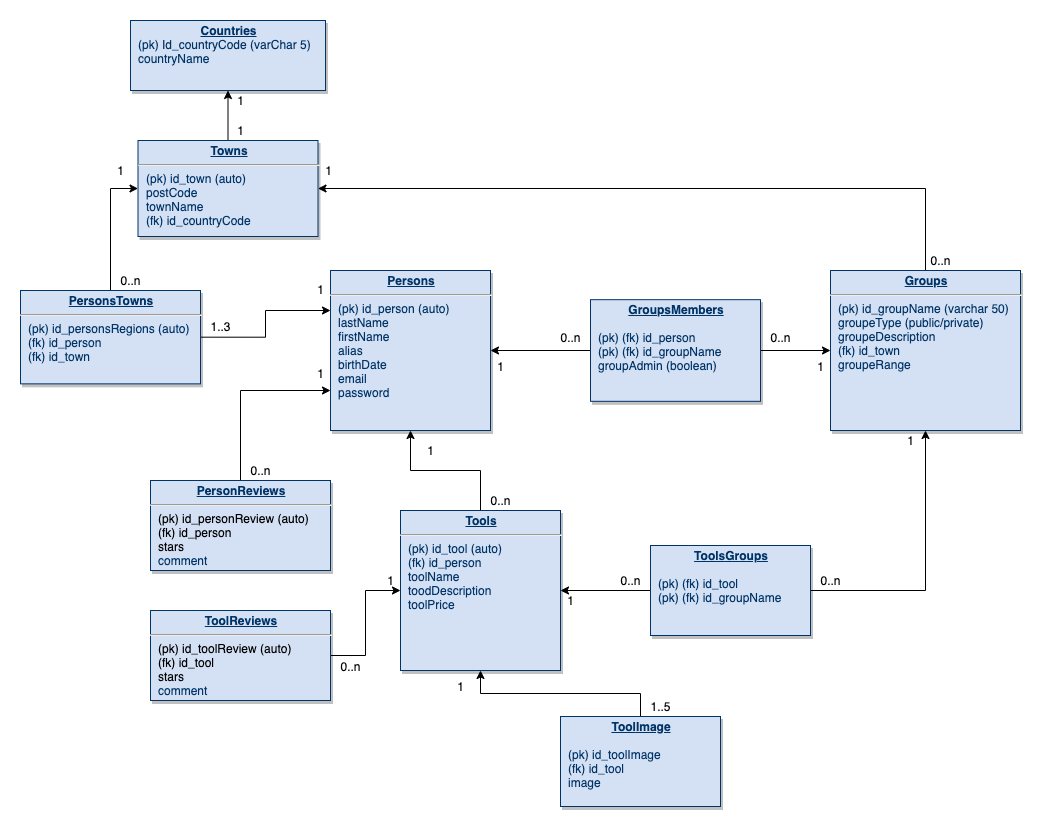
Above: toolbox_website/DB/docs/db_schematic.png in Altiimax/DevWebProject (draw.io), before the change. Source tidied: cells renumbered, new cells last; positions are measured from the earlier drawing's top-left corner, leaving out a move shared by most shapes.
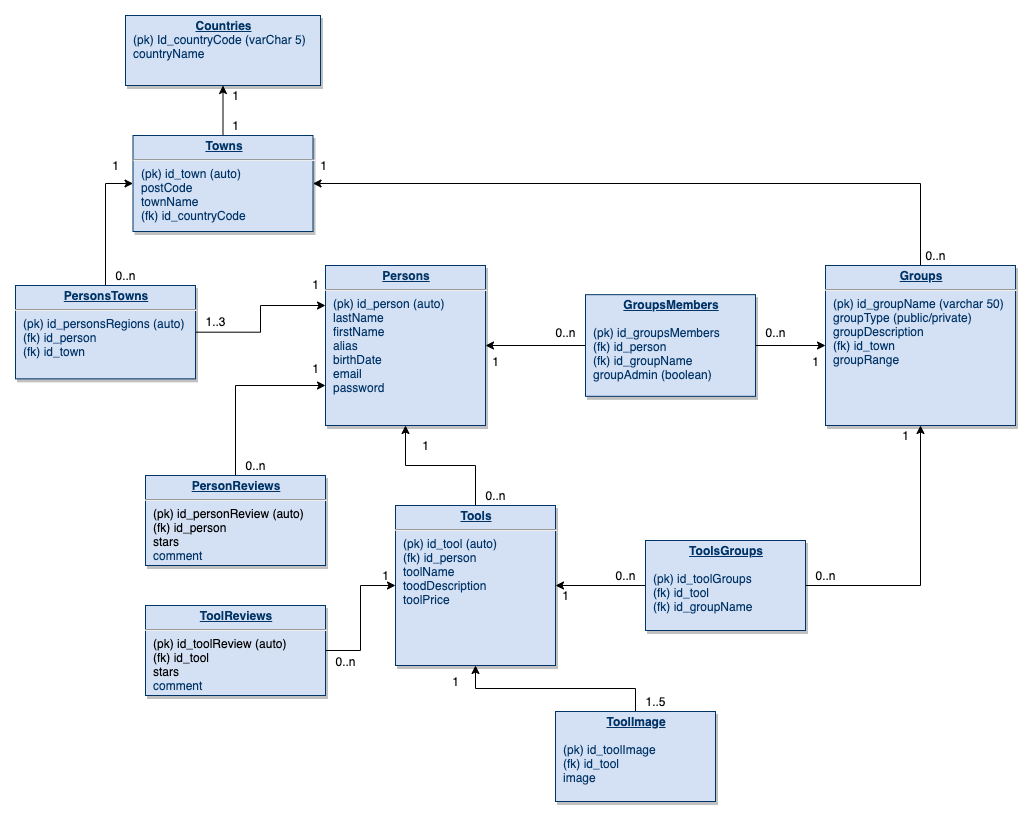
The same file after the commit.

The edit, as a diff of the source:
```diff
@@ -18,7 +18,7 @@
         </Array>
       </mxGeometry>
     </mxCell>
-    <mxCell id="6" value="&lt;p style=&quot;margin: 0px ; margin-top: 4px ; text-align: center ; text-decoration: underline&quot;&gt;&lt;strong&gt;Groups&lt;/strong&gt;&lt;/p&gt;&lt;hr&gt;&lt;p style=&quot;margin: 0px ; margin-left: 8px&quot;&gt;(pk) id_g&lt;span&gt;roupName (varchar 50)&lt;/span&gt;&lt;/p&gt;&lt;p style=&quot;margin: 0px ; margin-left: 8px&quot;&gt;groupeType (public/private)&lt;/p&gt;&lt;p style=&quot;margin: 0px ; margin-left: 8px&quot;&gt;groupeDescription&lt;br&gt;&lt;/p&gt;&lt;p style=&quot;margin: 0px ; margin-left: 8px&quot;&gt;(fk) id_town&lt;/p&gt;&lt;p style=&quot;margin: 0px ; margin-left: 8px&quot;&gt;groupeRange&amp;nbsp;&lt;/p&gt;&lt;p style=&quot;margin: 0px ; margin-left: 8px&quot;&gt;&lt;br&gt;&lt;/p&gt;&lt;p style=&quot;margin: 0px ; margin-left: 8px&quot;&gt;&lt;br&gt;&lt;/p&gt;" style="verticalAlign=top;align=left;overflow=fill;fontSize=12;fontFamily=Helvetica;html=1;strokeColor=#003366;shadow=1;fillColor=#D4E1F5;fontColor=#003366;" parent="1" vertex="1">
+    <mxCell id="6" value="&lt;p style=&quot;margin: 0px ; margin-top: 4px ; text-align: center ; text-decoration: underline&quot;&gt;&lt;strong&gt;Groups&lt;/strong&gt;&lt;/p&gt;&lt;hr&gt;&lt;p style=&quot;margin: 0px ; margin-left: 8px&quot;&gt;(pk) id_g&lt;span&gt;roupName (varchar 50)&lt;/span&gt;&lt;/p&gt;&lt;p style=&quot;margin: 0px ; margin-left: 8px&quot;&gt;groupType (public/private)&lt;/p&gt;&lt;p style=&quot;margin: 0px ; margin-left: 8px&quot;&gt;groupDescription&lt;br&gt;&lt;/p&gt;&lt;p style=&quot;margin: 0px ; margin-left: 8px&quot;&gt;(fk) id_town&lt;/p&gt;&lt;p style=&quot;margin: 0px ; margin-left: 8px&quot;&gt;groupRange&amp;nbsp;&lt;/p&gt;&lt;p style=&quot;margin: 0px ; margin-left: 8px&quot;&gt;&lt;br&gt;&lt;/p&gt;&lt;p style=&quot;margin: 0px ; margin-left: 8px&quot;&gt;&lt;br&gt;&lt;/p&gt;" style="verticalAlign=top;align=left;overflow=fill;fontSize=12;fontFamily=Helvetica;html=1;strokeColor=#003366;shadow=1;fillColor=#D4E1F5;fontColor=#003366;" parent="1" vertex="1">
       <mxGeometry x="810" y="250" width="190" height="160" as="geometry" />
     </mxCell>
     <mxCell id="7" style="edgeStyle=orthogonalEdgeStyle;rounded=0;jettySize=auto;html=1;exitX=0;exitY=0.5;exitDx=0;exitDy=0;entryX=1;entryY=0.5;entryDx=0;entryDy=0;" parent="1" edge="1" source="9" target="4">
@@ -27,7 +27,7 @@
     <mxCell id="8" style="edgeStyle=orthogonalEdgeStyle;rounded=0;jettySize=auto;html=1;exitX=1;exitY=0.5;exitDx=0;exitDy=0;entryX=0;entryY=0.5;entryDx=0;entryDy=0;" parent="1" edge="1" source="9" target="6">
       <mxGeometry relative="1" as="geometry" />
     </mxCell>
-    <mxCell id="9" value="&lt;p style=&quot;margin: 0px ; margin-top: 4px ; text-align: center ; text-decoration: underline&quot;&gt;&lt;strong&gt;GroupsMembers&lt;/strong&gt;&lt;/p&gt;&lt;p style=&quot;margin: 0px ; margin-left: 8px&quot;&gt;&lt;br&gt;&lt;/p&gt;&lt;p style=&quot;margin: 0px ; margin-left: 8px&quot;&gt;(pk) (fk) id_person&lt;/p&gt;&lt;p style=&quot;margin: 0px ; margin-left: 8px&quot;&gt;(pk) (fk) id_groupName&lt;/p&gt;&lt;p style=&quot;margin: 0px ; margin-left: 8px&quot;&gt;groupAdmin (boolean)&lt;/p&gt;&lt;p style=&quot;margin: 0px ; margin-left: 8px&quot;&gt;&lt;br&gt;&lt;/p&gt;&lt;p style=&quot;margin: 0px ; margin-left: 8px&quot;&gt;&lt;br&gt;&lt;/p&gt;&lt;p style=&quot;margin: 0px ; margin-left: 8px&quot;&gt;&lt;br&gt;&lt;/p&gt;" style="verticalAlign=top;align=left;overflow=fill;fontSize=12;fontFamily=Helvetica;html=1;strokeColor=#003366;shadow=1;fillColor=#D4E1F5;fontColor=#003366;" parent="1" vertex="1">
+    <mxCell id="9" value="&lt;p style=&quot;margin: 0px ; margin-top: 4px ; text-align: center ; text-decoration: underline&quot;&gt;&lt;strong&gt;GroupsMembers&lt;/strong&gt;&lt;/p&gt;&lt;p style=&quot;margin: 0px ; margin-left: 8px&quot;&gt;&lt;br&gt;&lt;/p&gt;&lt;p style=&quot;margin: 0px ; margin-left: 8px&quot;&gt;(pk) id_groupsMembers&lt;br&gt;&lt;/p&gt;&lt;p style=&quot;margin: 0px ; margin-left: 8px&quot;&gt;(fk) id_person&lt;/p&gt;&lt;p style=&quot;margin: 0px ; margin-left: 8px&quot;&gt;(fk) id_groupName&lt;/p&gt;&lt;p style=&quot;margin: 0px ; margin-left: 8px&quot;&gt;groupAdmin (boolean)&lt;/p&gt;&lt;p style=&quot;margin: 0px ; margin-left: 8px&quot;&gt;&lt;br&gt;&lt;/p&gt;&lt;p style=&quot;margin: 0px ; margin-left: 8px&quot;&gt;&lt;br&gt;&lt;/p&gt;&lt;p style=&quot;margin: 0px ; margin-left: 8px&quot;&gt;&lt;br&gt;&lt;/p&gt;" style="verticalAlign=top;align=left;overflow=fill;fontSize=12;fontFamily=Helvetica;html=1;strokeColor=#003366;shadow=1;fillColor=#D4E1F5;fontColor=#003366;" parent="1" vertex="1">
       <mxGeometry x="570" y="279.2" width="170" height="101.6" as="geometry" />
     </mxCell>
     <mxCell id="10" style="edgeStyle=orthogonalEdgeStyle;rounded=0;jettySize=auto;html=1;entryX=0.5;entryY=1;entryDx=0;entryDy=0;" parent="1" edge="1" source="12" target="6">
@@ -36,7 +36,7 @@
     <mxCell id="11" style="edgeStyle=orthogonalEdgeStyle;rounded=0;jettySize=auto;html=1;exitX=0;exitY=0.5;exitDx=0;exitDy=0;entryX=1;entryY=0.5;entryDx=0;entryDy=0;" parent="1" edge="1" source="12" target="3">
       <mxGeometry relative="1" as="geometry" />
     </mxCell>
-    <mxCell id="12" value="&lt;p style=&quot;margin: 0px ; margin-top: 4px ; text-align: center ; text-decoration: underline&quot;&gt;&lt;strong&gt;ToolsGroups&lt;/strong&gt;&lt;/p&gt;&lt;p style=&quot;margin: 0px ; margin-left: 8px&quot;&gt;&lt;br&gt;&lt;/p&gt;&lt;p style=&quot;margin: 0px ; margin-left: 8px&quot;&gt;(pk) (fk) id_tool&lt;/p&gt;&lt;p style=&quot;margin: 0px ; margin-left: 8px&quot;&gt;(pk) (fk) id_groupName&lt;/p&gt;&lt;p style=&quot;margin: 0px ; margin-left: 8px&quot;&gt;&lt;br&gt;&lt;/p&gt;&lt;p style=&quot;margin: 0px ; margin-left: 8px&quot;&gt;&lt;br&gt;&lt;/p&gt;&lt;p style=&quot;margin: 0px ; margin-left: 8px&quot;&gt;&lt;br&gt;&lt;/p&gt;" style="verticalAlign=top;align=left;overflow=fill;fontSize=12;fontFamily=Helvetica;html=1;strokeColor=#003366;shadow=1;fillColor=#D4E1F5;fontColor=#003366;" parent="1" vertex="1">
+    <mxCell id="12" value="&lt;p style=&quot;margin: 0px ; margin-top: 4px ; text-align: center ; text-decoration: underline&quot;&gt;&lt;strong&gt;ToolsGroups&lt;/strong&gt;&lt;/p&gt;&lt;p style=&quot;margin: 0px ; margin-left: 8px&quot;&gt;&lt;br&gt;&lt;/p&gt;&lt;p style=&quot;margin: 0px ; margin-left: 8px&quot;&gt;(pk) id_toolGroups&lt;/p&gt;&lt;p style=&quot;margin: 0px ; margin-left: 8px&quot;&gt;(fk) id_tool&lt;/p&gt;&lt;p style=&quot;margin: 0px ; margin-left: 8px&quot;&gt;(fk) id_groupName&lt;/p&gt;&lt;p style=&quot;margin: 0px ; margin-left: 8px&quot;&gt;&lt;br&gt;&lt;/p&gt;&lt;p style=&quot;margin: 0px ; margin-left: 8px&quot;&gt;&lt;br&gt;&lt;/p&gt;&lt;p style=&quot;margin: 0px ; margin-left: 8px&quot;&gt;&lt;br&gt;&lt;/p&gt;" style="verticalAlign=top;align=left;overflow=fill;fontSize=12;fontFamily=Helvetica;html=1;strokeColor=#003366;shadow=1;fillColor=#D4E1F5;fontColor=#003366;" parent="1" vertex="1">
       <mxGeometry x="630" y="525" width="160" height="90" as="geometry" />
     </mxCell>
     <mxCell id="13" style="align=right;verticalAlign=top;labelBackgroundColor=#ffffff;fontSize=10;strokeColor=#003366;shadow=1;fillColor=#D4E1F5;fontColor=#003366;direction=north;rotation=0;" parent="1" vertex="1">
```
